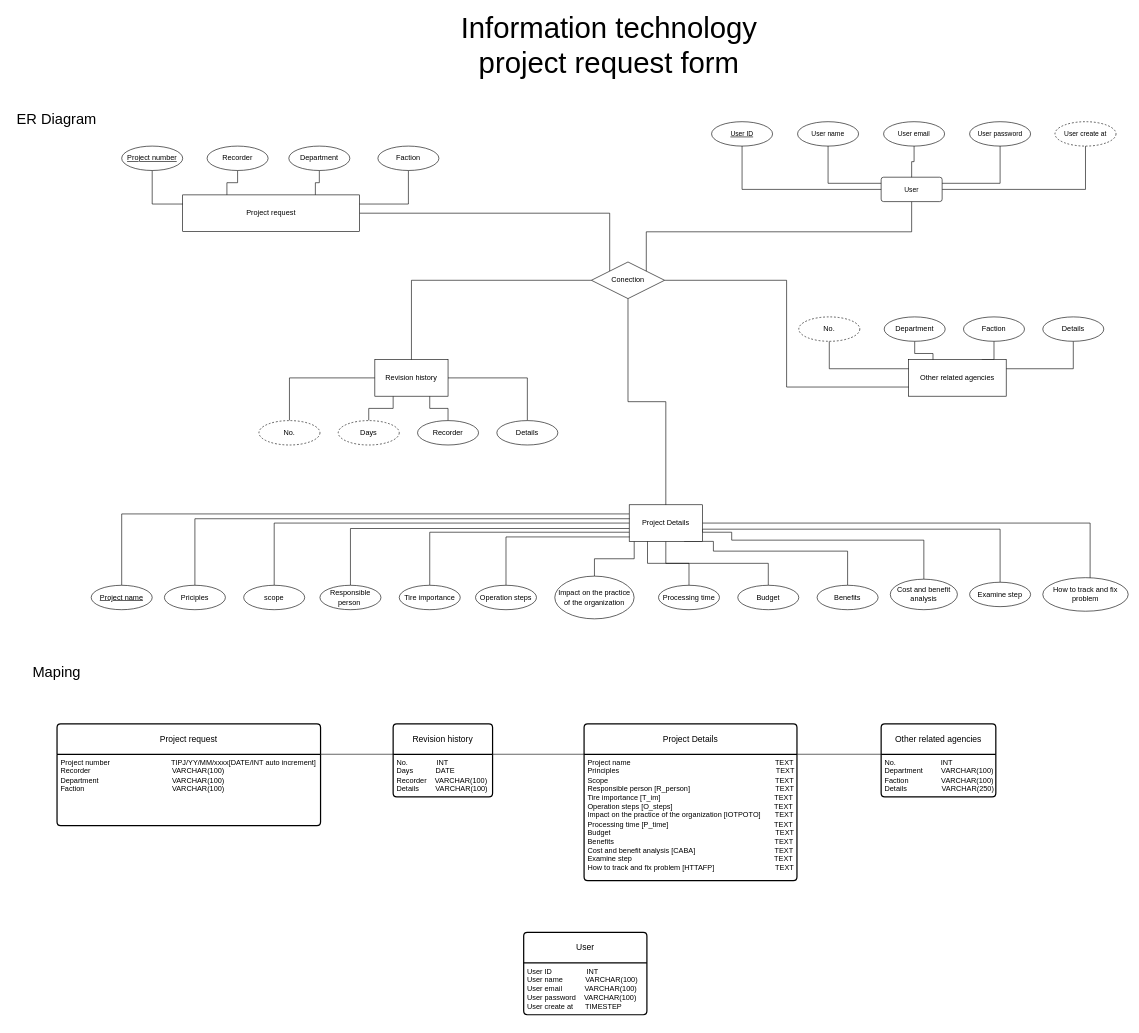
Earlier version of the draw.io diagram Untitled Diagram.drawio (RAZENGUNAHHH/Login_Resgister). Source tidied: cells renumbered, new cells numbered last; positions are measured from the earlier drawing's top-left corner, leaving out a move shared by most shapes. Both pictures are drawn from the tidied source at 61%, with x=0, y=0 at pixel (10, 36).
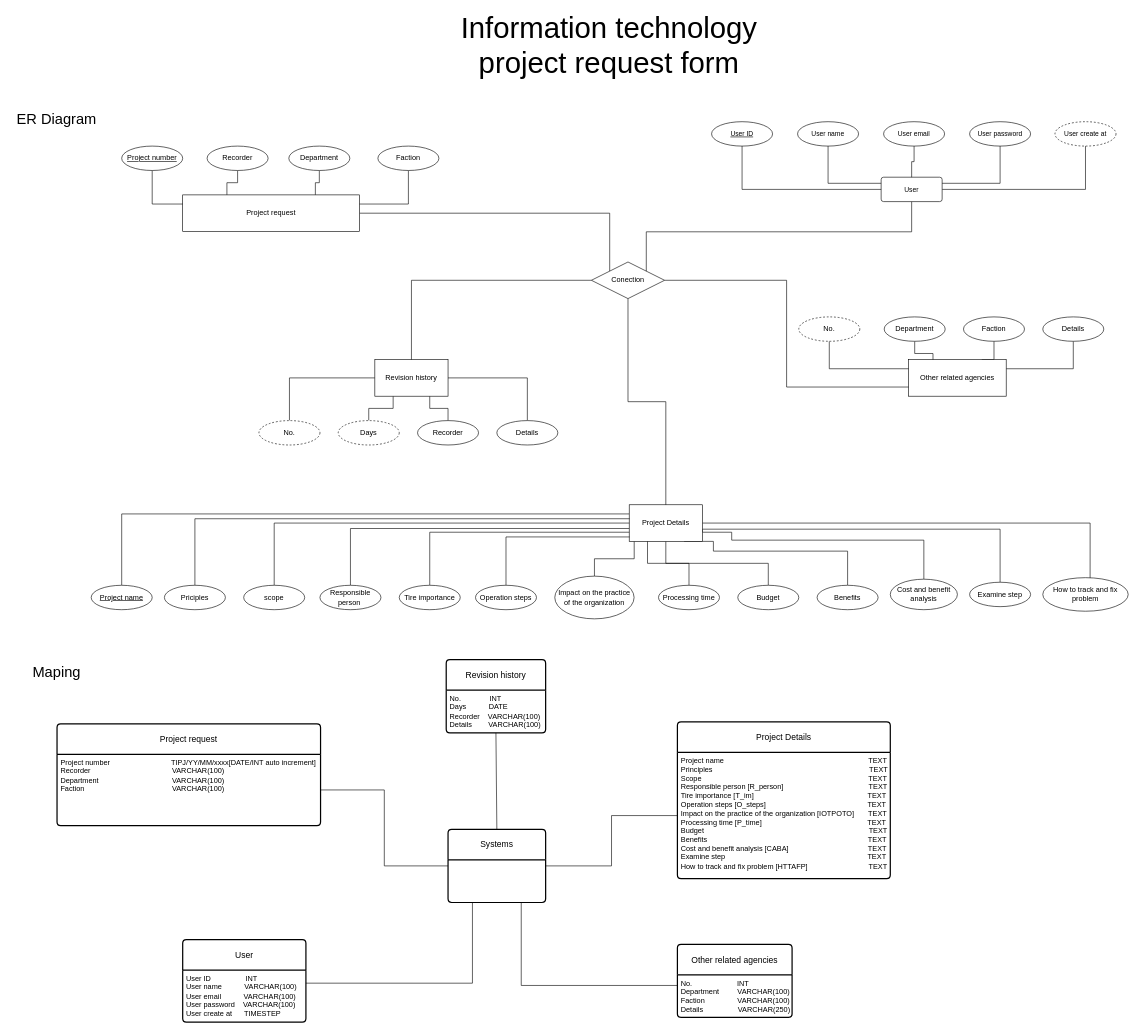
Above is the later version.

The change refers to these unchanged cells:
```xml
<mxCell id="64" value="Project number&amp;nbsp;&lt;span style=&quot;white-space: pre;&quot;&gt; &lt;span style=&quot;white-space: pre;&quot;&gt;                            &lt;/span&gt;&lt;/span&gt;TIPJ/YY/MM/xxxx[DATE/INT auto increment]&lt;br&gt;Recorder&lt;span style=&quot;white-space: pre;&quot;&gt; &lt;/span&gt;&lt;span style=&quot;white-space: pre;&quot;&gt; &lt;/span&gt;&lt;span style=&quot;white-space: pre;&quot;&gt; &lt;span style=&quot;white-space: pre;&quot;&gt; &lt;/span&gt;&lt;span style=&quot;white-space: pre;&quot;&gt;                                    &lt;/span&gt;VARCHAR&lt;/span&gt;(100)&lt;br&gt;Department&lt;span style=&quot;white-space: pre;&quot;&gt; &lt;/span&gt;&lt;span style=&quot;white-space: pre;&quot;&gt; &lt;span style=&quot;white-space: pre;&quot;&gt; &lt;/span&gt;&lt;span style=&quot;white-space: pre;&quot;&gt;                                 &lt;/span&gt;VARCHAR&lt;/span&gt;(100)&lt;br&gt;Faction&amp;nbsp;&lt;span style=&quot;white-space: pre;&quot;&gt; &lt;/span&gt;&lt;span style=&quot;white-space: pre;&quot;&gt; &lt;span style=&quot;white-space: pre;&quot;&gt; &lt;/span&gt;&lt;span style=&quot;white-space: pre;&quot;&gt; &lt;span style=&quot;white-space: pre;&quot;&gt;                                      &lt;/span&gt;&lt;/span&gt;&lt;/span&gt;VARCHAR(100)" style="align=left;strokeColor=none;fillColor=none;spacingLeft=4;fontSize=12;verticalAlign=top;html=1;" parent="63" vertex="1">
  <mxGeometry y="50" width="432" height="117" as="geometry" />
</mxCell>
<mxCell id="66" value="No.&lt;span style=&quot;white-space: pre;&quot;&gt; &lt;/span&gt;&lt;span style=&quot;white-space: pre;&quot;&gt; &lt;span style=&quot;white-space: pre;&quot;&gt; &lt;span style=&quot;white-space: pre;&quot;&gt; &lt;/span&gt;&lt;span style=&quot;white-space: pre;&quot;&gt;                  &lt;/span&gt;INT&lt;/span&gt;&lt;/span&gt;&lt;br&gt;Department&lt;span style=&quot;white-space: pre;&quot;&gt; &lt;span style=&quot;white-space: pre;&quot;&gt;        &lt;/span&gt;VARCHAR&lt;/span&gt;(100)&lt;br&gt;Faction&amp;nbsp;&lt;span style=&quot;white-space: pre;&quot;&gt; &lt;/span&gt;&lt;span style=&quot;white-space: pre;&quot;&gt; &lt;span style=&quot;white-space: pre;&quot;&gt; &lt;/span&gt;&lt;span style=&quot;white-space: pre;&quot;&gt;            &lt;/span&gt;VARCHAR&lt;/span&gt;(100)&lt;br&gt;Details&lt;span style=&quot;white-space: pre;&quot;&gt; &lt;/span&gt;&lt;span style=&quot;white-space: pre;&quot;&gt; &lt;span style=&quot;white-space: pre;&quot;&gt; &lt;/span&gt;&lt;span style=&quot;white-space: pre;&quot;&gt;              &lt;/span&gt;VARCHAR&lt;/span&gt;(250)" style="align=left;strokeColor=none;fillColor=none;spacingLeft=4;fontSize=12;verticalAlign=top;html=1;" parent="65" vertex="1">
  <mxGeometry y="50" width="188" height="70" as="geometry" />
</mxCell>
<mxCell id="68" value="No.&lt;span style=&quot;white-space: pre;&quot;&gt; &lt;/span&gt;&lt;span style=&quot;white-space: pre;&quot;&gt; &lt;span style=&quot;white-space: pre;&quot;&gt; &lt;span style=&quot;white-space: pre;&quot;&gt; &lt;/span&gt;&lt;span style=&quot;white-space: pre;&quot;&gt;          &lt;/span&gt;INT&lt;/span&gt;&lt;/span&gt;&lt;br&gt;Days&lt;span style=&quot;white-space: pre;&quot;&gt; &lt;span style=&quot;white-space: pre;&quot;&gt; &lt;span style=&quot;white-space: pre;&quot;&gt; &lt;/span&gt;&lt;span style=&quot;white-space: pre;&quot;&gt;        &lt;/span&gt;DATE&lt;/span&gt;&lt;/span&gt;&lt;br&gt;Recorder&lt;span style=&quot;white-space: pre;&quot;&gt; &lt;/span&gt;&lt;span style=&quot;white-space: pre;&quot;&gt; &lt;span style=&quot;white-space: pre;&quot;&gt;  &lt;/span&gt;VARCHAR&lt;/span&gt;(100)&lt;br&gt;Details&lt;span style=&quot;white-space: pre;&quot;&gt; &lt;/span&gt;&lt;span style=&quot;white-space: pre;&quot;&gt; &lt;span style=&quot;white-space: pre;&quot;&gt; &lt;/span&gt;&lt;span style=&quot;white-space: pre;&quot;&gt;     &lt;/span&gt;VARCHAR&lt;/span&gt;(100)" style="align=left;strokeColor=none;fillColor=none;spacingLeft=4;fontSize=12;verticalAlign=top;html=1;" parent="67" vertex="1">
  <mxGeometry y="50" width="163" height="70" as="geometry" />
</mxCell>
<mxCell id="70" value="Project name&lt;span style=&quot;white-space: pre;&quot;&gt; &lt;/span&gt;&lt;span style=&quot;white-space: pre;&quot;&gt; &lt;span style=&quot;white-space: pre;&quot;&gt; &lt;span style=&quot;white-space: pre;&quot;&gt; &lt;/span&gt;&lt;span style=&quot;white-space: pre;&quot;&gt; &lt;/span&gt;&lt;span style=&quot;white-space: pre;&quot;&gt; &lt;/span&gt;&lt;span style=&quot;white-space: pre;&quot;&gt; &lt;/span&gt;&lt;span style=&quot;white-space: pre;&quot;&gt; &lt;/span&gt;&lt;span style=&quot;white-space: pre;&quot;&gt; &lt;span style=&quot;white-space: pre;&quot;&gt; &lt;/span&gt;&lt;span style=&quot;white-space: pre;&quot;&gt;                                                             &lt;/span&gt;&lt;/span&gt;TEXT&lt;/span&gt;&lt;/span&gt;&lt;br&gt;Principles&lt;span style=&quot;white-space: pre;&quot;&gt; &lt;/span&gt;&lt;span style=&quot;white-space: pre;&quot;&gt; &lt;/span&gt;&lt;span style=&quot;white-space: pre;&quot;&gt; &lt;span style=&quot;white-space: pre;&quot;&gt; &lt;span style=&quot;white-space: pre;&quot;&gt; &lt;/span&gt;&lt;span style=&quot;white-space: pre;&quot;&gt; &lt;/span&gt;&lt;span style=&quot;white-space: pre;&quot;&gt; &lt;/span&gt;&lt;span style=&quot;white-space: pre;&quot;&gt; &lt;/span&gt;&lt;span style=&quot;white-space: pre;&quot;&gt; &lt;/span&gt;&lt;span style=&quot;white-space: pre;&quot;&gt; &lt;/span&gt;&lt;span style=&quot;white-space: pre;&quot;&gt; &lt;span style=&quot;white-space: pre;&quot;&gt; &lt;/span&gt;&lt;span style=&quot;white-space: pre;&quot;&gt;                                                                 &lt;/span&gt;&lt;/span&gt;TEXT&lt;/span&gt;&lt;/span&gt;&lt;br&gt;Scope&lt;span style=&quot;white-space: pre;&quot;&gt; &lt;/span&gt;&lt;span style=&quot;white-space: pre;&quot;&gt; &lt;/span&gt;&lt;span style=&quot;white-space: pre;&quot;&gt; &lt;span style=&quot;white-space: pre;&quot;&gt; &lt;span style=&quot;white-space: pre;&quot;&gt; &lt;/span&gt;&lt;span style=&quot;white-space: pre;&quot;&gt; &lt;/span&gt;&lt;span style=&quot;white-space: pre;&quot;&gt; &lt;span style=&quot;white-space: pre;&quot;&gt; &lt;/span&gt;&lt;span style=&quot;white-space: pre;&quot;&gt; &lt;/span&gt;&lt;span style=&quot;white-space: pre;&quot;&gt; &lt;/span&gt;&lt;span style=&quot;white-space: pre;&quot;&gt; &lt;/span&gt;&lt;span style=&quot;white-space: pre;&quot;&gt; &lt;span style=&quot;white-space: pre;&quot;&gt; &lt;/span&gt;&lt;span style=&quot;white-space: pre;&quot;&gt;                                                                     &lt;/span&gt;&lt;/span&gt;T&lt;/span&gt;EXT&lt;span style=&quot;white-space: pre;&quot;&gt; &lt;/span&gt;&lt;span style=&quot;white-space: pre;&quot;&gt; &lt;/span&gt;&lt;span style=&quot;white-space: pre;&quot;&gt; &lt;/span&gt;&lt;span style=&quot;white-space: pre;&quot;&gt; &lt;/span&gt;&lt;span style=&quot;white-space: pre;&quot;&gt; &lt;/span&gt;&lt;/span&gt;&lt;/span&gt;&lt;br&gt;Responsible person [R_person]&lt;span style=&quot;white-space: pre;&quot;&gt;&lt;span style=&quot;white-space: pre;&quot;&gt; &lt;/span&gt;&lt;span style=&quot;white-space: pre;&quot;&gt; &lt;/span&gt;&lt;span style=&quot;white-space: pre;&quot;&gt; &lt;span style=&quot;white-space: pre;&quot;&gt; &lt;/span&gt;&lt;span style=&quot;white-space: pre;&quot;&gt;                                      &lt;/span&gt;&lt;/span&gt;TEXT&lt;/span&gt;&lt;br&gt;Tire importance [T_im]&lt;span style=&quot;white-space: pre;&quot;&gt;&lt;span style=&quot;white-space: pre;&quot;&gt; &lt;/span&gt;&lt;span style=&quot;white-space: pre;&quot;&gt; &lt;/span&gt;&lt;span style=&quot;white-space: pre;&quot;&gt; &lt;/span&gt;&lt;span style=&quot;white-space: pre;&quot;&gt; &lt;/span&gt;&lt;span style=&quot;white-space: pre;&quot;&gt; &lt;span style=&quot;white-space: pre;&quot;&gt; &lt;/span&gt;&lt;span style=&quot;white-space: pre;&quot;&gt;                                                  &lt;/span&gt;&lt;/span&gt;TEXT&lt;/span&gt;&lt;br&gt;Operation steps [O_steps]&lt;span style=&quot;white-space: pre;&quot;&gt; &lt;/span&gt;&lt;span style=&quot;white-space: pre;&quot;&gt; &lt;/span&gt;&lt;span style=&quot;white-space: pre;&quot;&gt; &lt;/span&gt;&lt;span style=&quot;white-space: pre;&quot;&gt; &lt;span style=&quot;white-space: pre;&quot;&gt; &lt;/span&gt;&lt;span style=&quot;white-space: pre;&quot;&gt;                                             &lt;/span&gt;&lt;/span&gt;TEXT&lt;br&gt;Impact on the practice of the organization [IOTPOTO]&lt;span style=&quot;white-space: pre;&quot;&gt; &lt;span style=&quot;white-space: pre;&quot;&gt;      &lt;/span&gt;TEXT&lt;/span&gt;&lt;br&gt;Processing time [P_time]&lt;span style=&quot;white-space: pre;&quot;&gt; &lt;/span&gt;&lt;span style=&quot;white-space: pre;&quot;&gt; &lt;/span&gt;&lt;span style=&quot;white-space: pre;&quot;&gt; &lt;/span&gt;&lt;span style=&quot;white-space: pre;&quot;&gt; &lt;span style=&quot;white-space: pre;&quot;&gt; &lt;/span&gt;&lt;span style=&quot;white-space: pre;&quot;&gt;                                               &lt;/span&gt;&lt;/span&gt;TEXT&lt;br&gt;Budget&lt;span style=&quot;white-space: pre;&quot;&gt; &lt;/span&gt;&lt;span style=&quot;white-space: pre;&quot;&gt; &lt;/span&gt;&lt;span style=&quot;white-space: pre;&quot;&gt; &lt;/span&gt;&lt;span style=&quot;white-space: pre;&quot;&gt; &lt;/span&gt;&lt;span style=&quot;white-space: pre;&quot;&gt; &lt;/span&gt;&lt;span style=&quot;white-space: pre;&quot;&gt; &lt;/span&gt;&lt;span style=&quot;white-space: pre;&quot;&gt; &lt;/span&gt;&lt;span style=&quot;white-space: pre;&quot;&gt; &lt;span style=&quot;white-space: pre;&quot;&gt; &lt;/span&gt;&lt;span style=&quot;white-space: pre;&quot;&gt;                                                                        &lt;/span&gt;&lt;/span&gt;TEXT&lt;br&gt;Benefits&lt;span style=&quot;white-space: pre;&quot;&gt; &lt;/span&gt;&lt;span style=&quot;white-space: pre;&quot;&gt; &lt;/span&gt;&lt;span style=&quot;white-space: pre;&quot;&gt; &lt;/span&gt;&lt;span style=&quot;white-space: pre;&quot;&gt; &lt;/span&gt;&lt;span style=&quot;white-space: pre;&quot;&gt; &lt;/span&gt;&lt;span style=&quot;white-space: pre;&quot;&gt; &lt;/span&gt;&lt;span style=&quot;white-space: pre;&quot;&gt; &lt;/span&gt;&lt;span style=&quot;white-space: pre;&quot;&gt; &lt;span style=&quot;white-space: pre;&quot;&gt; &lt;/span&gt;&lt;span style=&quot;white-space: pre;&quot;&gt;                                                                      &lt;/span&gt;&lt;/span&gt;TEXT&lt;br&gt;Cost and benefit analysis [CABA]&lt;span style=&quot;white-space: pre;&quot;&gt; &lt;/span&gt;&lt;span style=&quot;white-space: pre;&quot;&gt; &lt;/span&gt;&lt;span style=&quot;white-space: pre;&quot;&gt; &lt;span style=&quot;white-space: pre;&quot;&gt; &lt;/span&gt;&lt;span style=&quot;white-space: pre;&quot;&gt;                                   &lt;/span&gt;&lt;/span&gt;TEXT&lt;br&gt;Examine step&lt;span style=&quot;white-space: pre;&quot;&gt; &lt;/span&gt;&lt;span style=&quot;white-space: pre;&quot;&gt; &lt;/span&gt;&lt;span style=&quot;white-space: pre;&quot;&gt; &lt;/span&gt;&lt;span style=&quot;white-space: pre;&quot;&gt; &lt;/span&gt;&lt;span style=&quot;white-space: pre;&quot;&gt; &lt;/span&gt;&lt;span style=&quot;white-space: pre;&quot;&gt; &lt;/span&gt;&lt;span style=&quot;white-space: pre;&quot;&gt; &lt;span style=&quot;white-space: pre;&quot;&gt; &lt;/span&gt;&lt;span style=&quot;white-space: pre;&quot;&gt;                                                              &lt;/span&gt;&lt;/span&gt;TEXT&lt;br&gt;How to track and fix problem [HTTAFP]&lt;span style=&quot;white-space: pre;&quot;&gt; &lt;/span&gt;&lt;span style=&quot;white-space: pre;&quot;&gt; &lt;span style=&quot;white-space: pre;&quot;&gt; &lt;span style=&quot;white-space: pre;&quot;&gt;                           &lt;/span&gt;&lt;/span&gt;T&lt;/span&gt;EXT" style="align=left;strokeColor=none;fillColor=none;spacingLeft=4;fontSize=12;verticalAlign=top;html=1;" parent="69" vertex="1">
  <mxGeometry y="50" width="349" height="207" as="geometry" />
</mxCell>
<mxCell id="88" value="User ID&lt;span style=&quot;white-space: pre;&quot;&gt; &lt;/span&gt;&lt;span style=&quot;white-space: pre;&quot;&gt; &lt;/span&gt;&lt;span style=&quot;white-space: pre;&quot;&gt;               &lt;/span&gt;INT&lt;br&gt;User name&lt;span style=&quot;white-space: pre;&quot;&gt; &lt;/span&gt;&lt;span style=&quot;white-space: pre;&quot;&gt; &lt;/span&gt;&lt;span style=&quot;white-space: pre;&quot;&gt;         &lt;/span&gt;VARCHAR(100)&lt;br&gt;User email&lt;span style=&quot;white-space: pre;&quot;&gt; &lt;/span&gt;&lt;span style=&quot;white-space: pre;&quot;&gt; &lt;/span&gt;&lt;span style=&quot;white-space: pre;&quot;&gt;         &lt;/span&gt;VARCHAR(100)&lt;br&gt;User password&lt;span style=&quot;white-space: pre;&quot;&gt; &lt;/span&gt;&lt;span style=&quot;white-space: pre;&quot;&gt;   &lt;/span&gt;VARCHAR(100)&lt;br&gt;User create at&lt;span style=&quot;white-space: pre;&quot;&gt; &lt;/span&gt;&lt;span style=&quot;white-space: pre;&quot;&gt; &lt;/span&gt;&lt;span style=&quot;white-space: pre;&quot;&gt;    &lt;/span&gt;TIMESTEP" style="align=left;strokeColor=none;fillColor=none;spacingLeft=4;fontSize=12;verticalAlign=top;html=1;fontFamily=Helvetica;fontColor=default;" parent="87" vertex="1">
  <mxGeometry y="50" width="202" height="85" as="geometry" />
</mxCell>
```

Change to the diagram source:
```diff
@@
     <mxCell id="65" value="Other related agencies" style="swimlane;horizontal=1;startSize=50;rounded=1;fontSize=14;fontStyle=0;strokeWidth=2;shadow=0;dashed=0;align=center;arcSize=4;whiteSpace=wrap;html=1;" parent="1" vertex="1">
-      <mxGeometry x="1427" y="1127" width="188" height="120" as="geometry" />
+      <mxGeometry x="1093" y="1488.5" width="188" height="120" as="geometry" />
     </mxCell>
@@
     <mxCell id="67" value="Revision history" style="swimlane;horizontal=1;startSize=50;rounded=1;fontSize=14;fontStyle=0;strokeWidth=2;shadow=0;dashed=0;align=center;arcSize=4;whiteSpace=wrap;html=1;" parent="1" vertex="1">
-      <mxGeometry x="627" y="1127" width="163" height="120" as="geometry" />
+      <mxGeometry x="714" y="1022" width="163" height="120" as="geometry" />
     </mxCell>
@@
     <mxCell id="69" value="Project Details" style="swimlane;horizontal=1;startSize=50;rounded=1;fontSize=14;fontStyle=0;strokeWidth=2;shadow=0;dashed=0;align=center;arcSize=4;whiteSpace=wrap;html=1;" parent="1" vertex="1">
-      <mxGeometry x="940" y="1127" width="349" height="257" as="geometry" />
+      <mxGeometry x="1093" y="1124" width="349" height="257" as="geometry" />
     </mxCell>
@@
-    <mxCell id="71" style="endArrow=none;html=1;rounded=0;entryX=0;entryY=0;entryDx=0;entryDy=0;exitX=1;exitY=0;exitDx=0;exitDy=0;" parent="1" edge="1" source="64" target="68">
-      <mxGeometry relative="1" as="geometry" />
-    </mxCell>
-    <mxCell id="72" style="edgeStyle=none;shape=connector;rounded=0;jettySize=auto;html=1;exitX=1;exitY=0;exitDx=0;exitDy=0;entryX=0;entryY=0;entryDx=0;entryDy=0;labelBackgroundColor=default;strokeColor=default;fontFamily=Helvetica;fontSize=11;fontColor=default;endArrow=none;" parent="1" edge="1" source="68" target="70">
-      <mxGeometry relative="1" as="geometry" />
-    </mxCell>
-    <mxCell id="73" style="edgeStyle=none;shape=connector;rounded=0;jettySize=auto;html=1;exitX=1;exitY=0;exitDx=0;exitDy=0;entryX=0;entryY=0;entryDx=0;entryDy=0;labelBackgroundColor=default;strokeColor=default;fontFamily=Helvetica;fontSize=11;fontColor=default;endArrow=none;" parent="1" edge="1" source="70" target="66">
-      <mxGeometry relative="1" as="geometry" />
-    </mxCell>
@@
     <mxCell id="87" value="User" style="swimlane;horizontal=1;startSize=50;rounded=1;fontSize=14;fontStyle=0;strokeWidth=2;shadow=0;dashed=0;align=center;arcSize=4;whiteSpace=wrap;html=1;fontFamily=Helvetica;fontColor=default;" parent="1" vertex="1">
-      <mxGeometry x="841" y="1469" width="202" height="135" as="geometry" />
+      <mxGeometry x="282" y="1481" width="202" height="135" as="geometry" />
     </mxCell>
@@
+    <mxCell id="89" value="Systems" style="swimlane;horizontal=1;startSize=50;rounded=1;fontSize=14;fontStyle=0;strokeWidth=2;shadow=0;dashed=0;align=center;arcSize=4;whiteSpace=wrap;html=1;" parent="1" vertex="1">
+      <mxGeometry x="717" y="1300" width="160" height="120" as="geometry" />
+    </mxCell>
+    <mxCell id="90" style="endArrow=none;html=1;rounded=0;edgeStyle=orthogonalEdgeStyle;exitX=1;exitY=0.5;exitDx=0;exitDy=0;entryX=0;entryY=0.5;entryDx=0;entryDy=0;" parent="1" edge="1" source="64" target="89">
+      <mxGeometry relative="1" as="geometry" />
+    </mxCell>
+    <mxCell id="91" style="edgeStyle=none;shape=connector;rounded=0;jettySize=auto;html=1;exitX=0.5;exitY=1;exitDx=0;exitDy=0;entryX=0.5;entryY=0;entryDx=0;entryDy=0;labelBackgroundColor=default;strokeColor=default;fontFamily=Helvetica;fontSize=11;fontColor=default;endArrow=none;" parent="1" edge="1" source="68" target="89">
+      <mxGeometry relative="1" as="geometry" />
+    </mxCell>
+    <mxCell id="92" style="edgeStyle=orthogonalEdgeStyle;shape=connector;rounded=0;jettySize=auto;html=1;exitX=0;exitY=0.5;exitDx=0;exitDy=0;entryX=1;entryY=0.5;entryDx=0;entryDy=0;labelBackgroundColor=default;strokeColor=default;fontFamily=Helvetica;fontSize=11;fontColor=default;endArrow=none;" parent="1" edge="1" source="70" target="89">
+      <mxGeometry relative="1" as="geometry" />
+    </mxCell>
+    <mxCell id="93" style="edgeStyle=orthogonalEdgeStyle;shape=connector;rounded=0;jettySize=auto;html=1;exitX=0;exitY=0.25;exitDx=0;exitDy=0;entryX=0.75;entryY=1;entryDx=0;entryDy=0;labelBackgroundColor=default;strokeColor=default;fontFamily=Helvetica;fontSize=11;fontColor=default;endArrow=none;" parent="1" edge="1" source="66" target="89">
+      <mxGeometry relative="1" as="geometry" />
+    </mxCell>
+    <mxCell id="94" style="edgeStyle=orthogonalEdgeStyle;shape=connector;rounded=0;jettySize=auto;html=1;exitX=1;exitY=0.25;exitDx=0;exitDy=0;entryX=0.25;entryY=1;entryDx=0;entryDy=0;labelBackgroundColor=default;strokeColor=default;fontFamily=Helvetica;fontSize=11;fontColor=default;endArrow=none;" parent="1" edge="1" source="88" target="89">
+      <mxGeometry relative="1" as="geometry" />
+    </mxCell>
```
